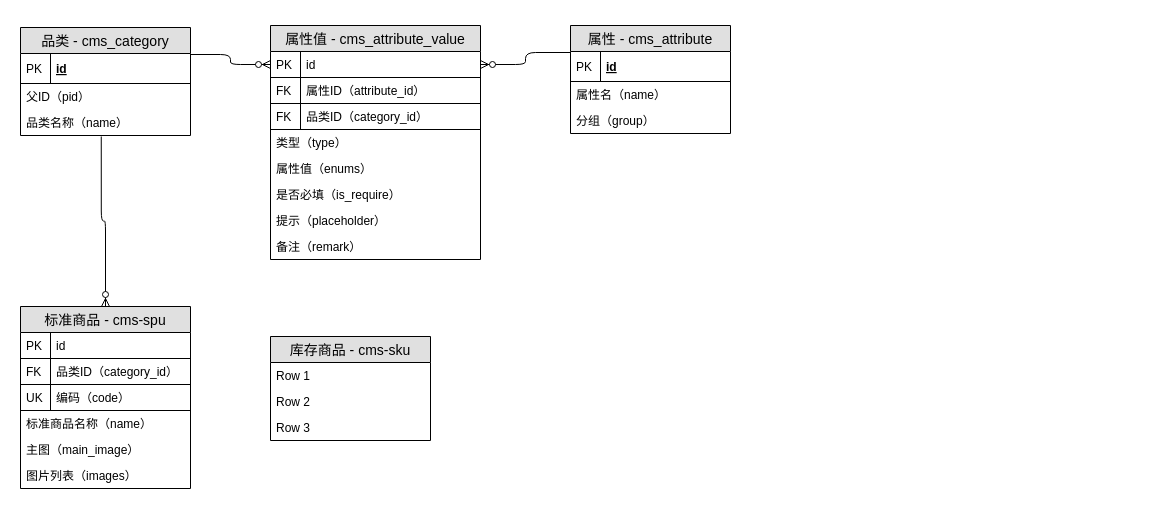
jason-live/flow keeps this draw.io diagram as 技术架构.drawio. Above is the earlier version. Source tidied: cells renumbered, new cells numbered last; positions are measured from the earlier drawing's top-left corner, leaving out a move shared by most shapes. Both pictures are drawn from the tidied source at 100%, with x=0, y=0 at pixel (20, 25).
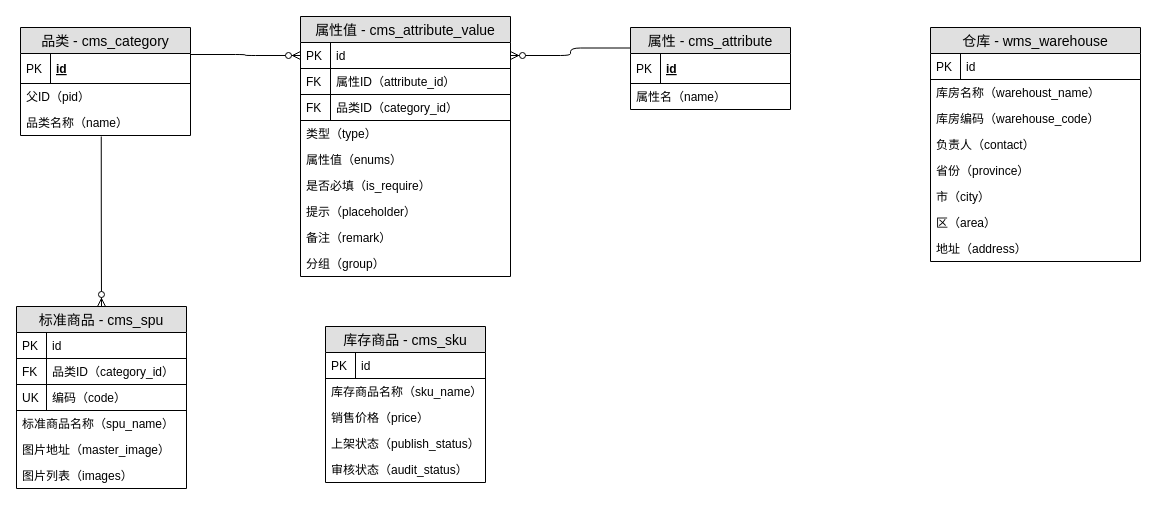
The same diagram, later.

Commit message:
更新技术架构.drawio

The edit, as a diff of the source:
```diff
@@
     <mxCell id="2" value="属性 - cms_attribute" style="swimlane;fontStyle=0;horizontal=1;startSize=26;fillColor=#e0e0e0;swimlaneFillColor=#ffffff;align=center;fontSize=14;" parent="1" vertex="1">
-      <mxGeometry x="550" width="160" height="108" as="geometry" />
+      <mxGeometry x="610" y="2" width="160" height="82" as="geometry" />
     </mxCell>
@@
-    <mxCell id="6" value="分组（group）" style="text;strokeColor=none;fillColor=none;spacingLeft=4;spacingRight=4;overflow=hidden;fontSize=12;" parent="2" vertex="1">
-      <mxGeometry y="82" width="160" height="26" as="geometry" />
-    </mxCell>
     <mxCell id="7" value="属性值 - cms_attribute_value" style="swimlane;fontStyle=0;horizontal=1;startSize=26;fillColor=#e0e0e0;swimlaneFillColor=#ffffff;align=center;fontSize=14;" parent="1" vertex="1">
-      <mxGeometry x="250" width="210" height="234" as="geometry" />
+      <mxGeometry x="280" y="-9" width="210" height="260" as="geometry" />
     </mxCell>
@@
+    <mxCell id="6" value="分组（group）" style="text;strokeColor=none;fillColor=none;spacingLeft=4;spacingRight=4;overflow=hidden;fontSize=12;" parent="7" vertex="1">
+      <mxGeometry y="234" width="210" height="26" as="geometry" />
+    </mxCell>
@@
-    <mxCell id="21" value="标准商品 - cms-spu" style="swimlane;fontStyle=0;horizontal=1;startSize=26;fillColor=#e0e0e0;swimlaneFillColor=#ffffff;align=center;fontSize=14;" parent="1" vertex="1">
-      <mxGeometry y="281" width="170" height="182" as="geometry" />
+    <mxCell id="21" value="标准商品 - cms_spu" style="swimlane;fontStyle=0;horizontal=1;startSize=26;fillColor=#e0e0e0;swimlaneFillColor=#ffffff;align=center;fontSize=14;" parent="1" vertex="1">
+      <mxGeometry x="-4" y="281" width="170" height="182" as="geometry" />
     </mxCell>
@@
-    <mxCell id="28" value="标准商品名称（name）" style="text;strokeColor=none;fillColor=none;spacingLeft=4;spacingRight=4;overflow=hidden;fontSize=12;" parent="21" vertex="1">
+    <mxCell id="28" value="标准商品名称（spu_name）" style="text;strokeColor=none;fillColor=none;spacingLeft=4;spacingRight=4;overflow=hidden;fontSize=12;" parent="21" vertex="1">
       <mxGeometry y="104" width="170" height="26" as="geometry" />
     </mxCell>
-    <mxCell id="29" value="主图（main_image）" style="text;strokeColor=none;fillColor=none;spacingLeft=4;spacingRight=4;overflow=hidden;fontSize=12;" parent="21" vertex="1">
-      <mxGeometry y="130" width="170" height="26" as="geometry" />
-    </mxCell>
+    <mxCell id="41" value="图片地址（master_image）" style="text;strokeColor=none;fillColor=none;spacingLeft=4;spacingRight=4;overflow=hidden;fontSize=12;" parent="21" vertex="1">
+      <mxGeometry y="130" width="170" height="26" as="geometry" />
+    </mxCell>
@@
-    <mxCell id="32" value="库存商品 - cms-sku" style="swimlane;fontStyle=0;horizontal=1;startSize=26;fillColor=#e0e0e0;swimlaneFillColor=#ffffff;align=center;fontSize=14;" parent="1" vertex="1">
-      <mxGeometry x="250" y="311" width="160" height="104" as="geometry" />
-    </mxCell>
-    <mxCell id="33" value="Row 1" style="text;strokeColor=none;fillColor=none;spacingLeft=4;spacingRight=4;overflow=hidden;fontSize=12;" parent="32" vertex="1">
-      <mxGeometry y="26" width="160" height="26" as="geometry" />
-    </mxCell>
-    <mxCell id="34" value="Row 2" style="text;strokeColor=none;fillColor=none;spacingLeft=4;spacingRight=4;overflow=hidden;fontSize=12;" parent="32" vertex="1">
-      <mxGeometry y="52" width="160" height="26" as="geometry" />
-    </mxCell>
-    <mxCell id="35" value="Row 3" style="text;strokeColor=none;fillColor=none;spacingLeft=4;spacingRight=4;overflow=hidden;fontSize=12;" parent="32" vertex="1">
-      <mxGeometry y="78" width="160" height="26" as="geometry" />
-    </mxCell>
@@
+    <mxCell id="42" value="仓库 - wms_warehouse" style="swimlane;fontStyle=0;horizontal=1;startSize=26;fillColor=#e0e0e0;swimlaneFillColor=#ffffff;align=center;fontSize=14;" parent="1" vertex="1">
+      <mxGeometry x="910" y="2" width="210" height="234" as="geometry" />
+    </mxCell>
+    <mxCell id="43" value="id" style="shape=partialRectangle;top=0;left=0;right=0;bottom=1;align=left;verticalAlign=top;fillColor=none;spacingLeft=34;spacingRight=4;overflow=hidden;fontSize=12;" parent="42" vertex="1">
+      <mxGeometry y="26" width="210" height="26" as="geometry" />
+    </mxCell>
+    <mxCell id="44" value="PK" style="shape=partialRectangle;top=0;left=0;bottom=0;fillColor=none;align=left;verticalAlign=top;spacingLeft=4;spacingRight=4;overflow=hidden;fontSize=12;" parent="43" vertex="1">
+      <mxGeometry width="30" height="26" as="geometry" />
+    </mxCell>
+    <mxCell id="45" value="库房名称（warehoust_name）" style="text;strokeColor=none;fillColor=none;spacingLeft=4;spacingRight=4;overflow=hidden;fontSize=12;" parent="42" vertex="1">
+      <mxGeometry y="52" width="210" height="26" as="geometry" />
+    </mxCell>
+    <mxCell id="46" value="库房编码（warehouse_code）" style="text;strokeColor=none;fillColor=none;spacingLeft=4;spacingRight=4;overflow=hidden;fontSize=12;" parent="42" vertex="1">
+      <mxGeometry y="78" width="210" height="26" as="geometry" />
+    </mxCell>
+    <mxCell id="47" value="负责人（contact）" style="text;strokeColor=none;fillColor=none;spacingLeft=4;spacingRight=4;overflow=hidden;fontSize=12;" parent="42" vertex="1">
+      <mxGeometry y="104" width="210" height="26" as="geometry" />
+    </mxCell>
+    <mxCell id="48" value="省份（province）" style="text;strokeColor=none;fillColor=none;spacingLeft=4;spacingRight=4;overflow=hidden;fontSize=12;" parent="42" vertex="1">
+      <mxGeometry y="130" width="210" height="26" as="geometry" />
+    </mxCell>
+    <mxCell id="49" value="市（city）" style="text;strokeColor=none;fillColor=none;spacingLeft=4;spacingRight=4;overflow=hidden;fontSize=12;" parent="42" vertex="1">
+      <mxGeometry y="156" width="210" height="26" as="geometry" />
+    </mxCell>
+    <mxCell id="50" value="区（area）" style="text;strokeColor=none;fillColor=none;spacingLeft=4;spacingRight=4;overflow=hidden;fontSize=12;" parent="42" vertex="1">
+      <mxGeometry y="182" width="210" height="26" as="geometry" />
+    </mxCell>
+    <mxCell id="51" value="地址（address）" style="text;strokeColor=none;fillColor=none;spacingLeft=4;spacingRight=4;overflow=hidden;fontSize=12;" parent="42" vertex="1">
+      <mxGeometry y="208" width="210" height="26" as="geometry" />
+    </mxCell>
+    <mxCell id="52" value="库存商品 - cms_sku" style="swimlane;fontStyle=0;horizontal=1;startSize=26;fillColor=#e0e0e0;swimlaneFillColor=#ffffff;align=center;fontSize=14;" parent="1" vertex="1">
+      <mxGeometry x="305" y="301" width="160" height="156" as="geometry" />
+    </mxCell>
+    <mxCell id="53" value="id" style="shape=partialRectangle;top=0;left=0;right=0;bottom=1;align=left;verticalAlign=top;fillColor=none;spacingLeft=34;spacingRight=4;overflow=hidden;fontSize=12;" parent="52" vertex="1">
+      <mxGeometry y="26" width="160" height="26" as="geometry" />
+    </mxCell>
+    <mxCell id="54" value="PK" style="shape=partialRectangle;top=0;left=0;bottom=0;fillColor=none;align=left;verticalAlign=top;spacingLeft=4;spacingRight=4;overflow=hidden;fontSize=12;" parent="53" vertex="1">
+      <mxGeometry width="30" height="26" as="geometry" />
+    </mxCell>
+    <mxCell id="55" value="库存商品名称（sku_name）" style="text;strokeColor=none;fillColor=none;spacingLeft=4;spacingRight=4;overflow=hidden;fontSize=12;" parent="52" vertex="1">
+      <mxGeometry y="52" width="160" height="26" as="geometry" />
+    </mxCell>
+    <mxCell id="56" value="销售价格（price）" style="text;strokeColor=none;fillColor=none;spacingLeft=4;spacingRight=4;overflow=hidden;fontSize=12;" parent="52" vertex="1">
+      <mxGeometry y="78" width="160" height="26" as="geometry" />
+    </mxCell>
+    <mxCell id="57" value="上架状态（publish_status）" style="text;strokeColor=none;fillColor=none;spacingLeft=4;spacingRight=4;overflow=hidden;fontSize=12;" parent="52" vertex="1">
+      <mxGeometry y="104" width="160" height="26" as="geometry" />
+    </mxCell>
+    <mxCell id="58" value="审核状态（audit_status）" style="text;strokeColor=none;fillColor=none;spacingLeft=4;spacingRight=4;overflow=hidden;fontSize=12;" parent="52" vertex="1">
+      <mxGeometry y="130" width="160" height="26" as="geometry" />
+    </mxCell>
```
